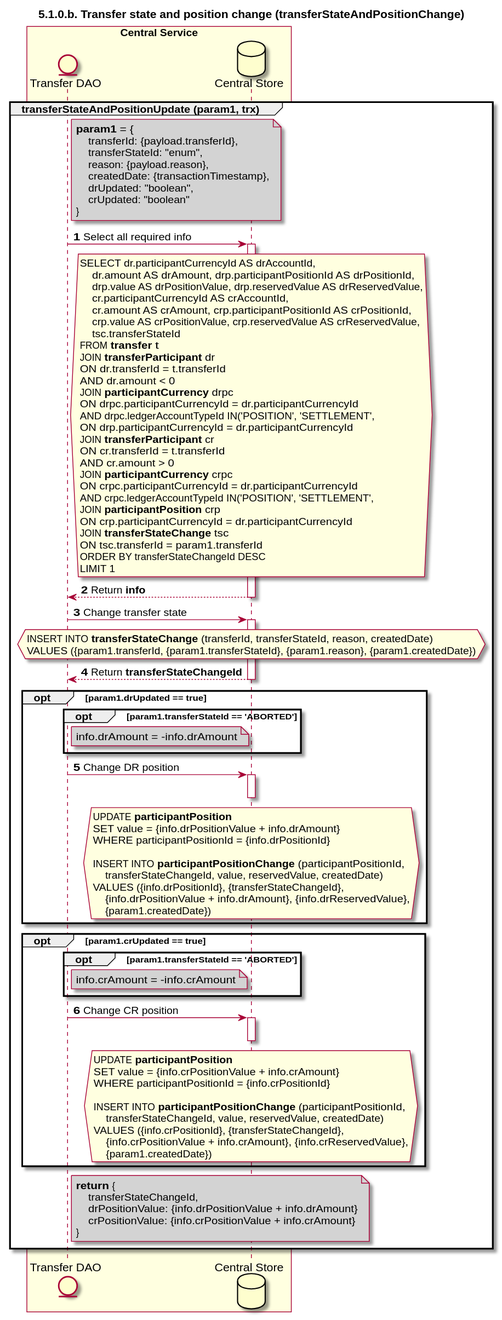
Above: Diagrams/SequenceDiagrams/seq-recfunds-5.1.0.b-transferStateAndPositionChange.svg in ggrg/docs (PlantUML), before the change.
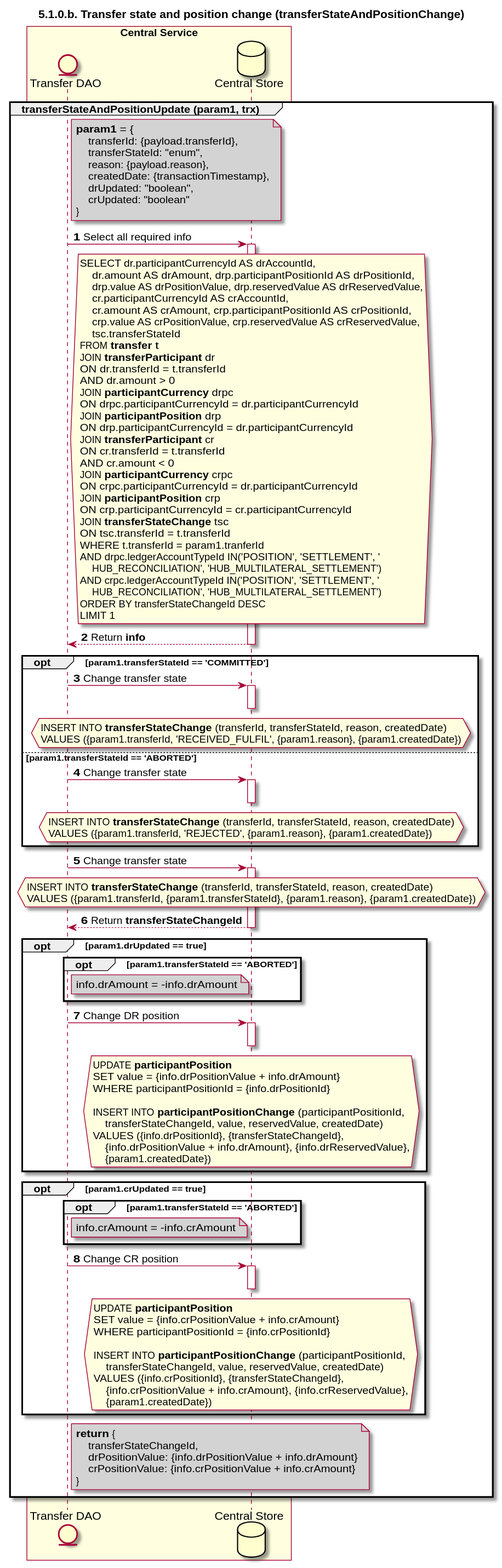
After the change.

Commit message:
Feature/538 FundsIn/Out Position Changes (#100)

Diff of the diagram source:
```diff
@@ -37,26 +37,48 @@
         FROM **transfer** t
         JOIN **transferParticipant** dr
         ON dr.transferId = t.transferId
-        AND dr.amount < 0
+        AND dr.amount > 0
         JOIN **participantCurrency** drpc
         ON drpc.participantCurrencyId = dr.participantCurrencyId
-        AND drpc.ledgerAccountTypeId IN('POSITION', 'SETTLEMENT',
+        JOIN **participantPosition** drp
         ON drp.participantCurrencyId = dr.participantCurrencyId
         JOIN **transferParticipant** cr
         ON cr.transferId = t.transferId
-        AND cr.amount > 0
+        AND cr.amount < 0
         JOIN **participantCurrency** crpc
         ON crpc.participantCurrencyId = dr.participantCurrencyId
-        AND crpc.ledgerAccountTypeId IN('POSITION', 'SETTLEMENT',
         JOIN **participantPosition** crp
-        ON crp.participantCurrencyId = dr.participantCurrencyId
+        ON crp.participantCurrencyId = cr.participantCurrencyId
         JOIN **transferStateChange** tsc
-        ON tsc.transferId = param1.transferId
+        ON tsc.transferId = t.transferId
+        WHERE t.transferId = param1.tranferId
+        AND drpc.ledgerAccountTypeId IN('POSITION', 'SETTLEMENT', '
+            HUB_RECONCILIATION', 'HUB_MULTILATERAL_SETTLEMENT')
+        AND crpc.ledgerAccountTypeId IN('POSITION', 'SETTLEMENT', '
+            HUB_RECONCILIATION', 'HUB_MULTILATERAL_SETTLEMENT')
         ORDER BY transferStateChangeId DESC
         LIMIT 1
     end hnote
     TRANSFER_DAO <-- DB: Return **info**
     deactivate DB
+
+    opt param1.transferStateId == 'COMMITTED'
+        TRANSFER_DAO -> DB: Change transfer state
+        activate DB
+        deactivate DB
+        hnote over DB #lightyellow
+            INSERT INTO **transferStateChange** (transferId, transferStateId, reason, createdDate)
+            VALUES ({param1.transferId, 'RECEIVED_FULFIL', {param1.reason}, {param1.createdDate})
+        end hnote
+    else param1.transferStateId == 'ABORTED'
+        TRANSFER_DAO -> DB: Change transfer state
+        activate DB
+        deactivate DB
+        hnote over DB #lightyellow
+            INSERT INTO **transferStateChange** (transferId, transferStateId, reason, createdDate)
+            VALUES ({param1.transferId, 'REJECTED', {param1.reason}, {param1.createdDate})
+        end hnote
+    end
 
     TRANSFER_DAO -> DB: Change transfer state
     activate DB
```
